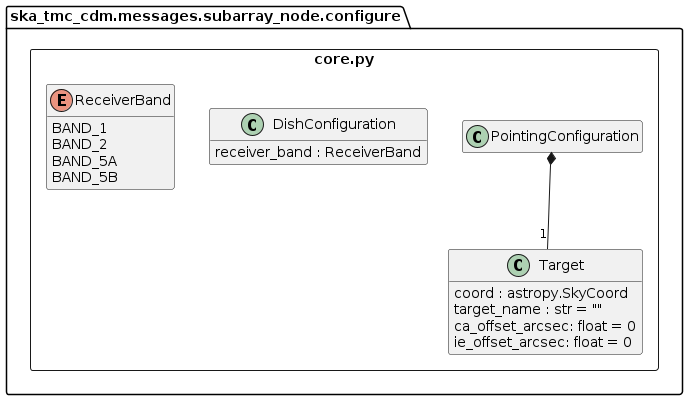
Earlier version of the PlantUML export docs/src/developer/subarraynode/core.png (ska-telescope/cdm-shared-library).
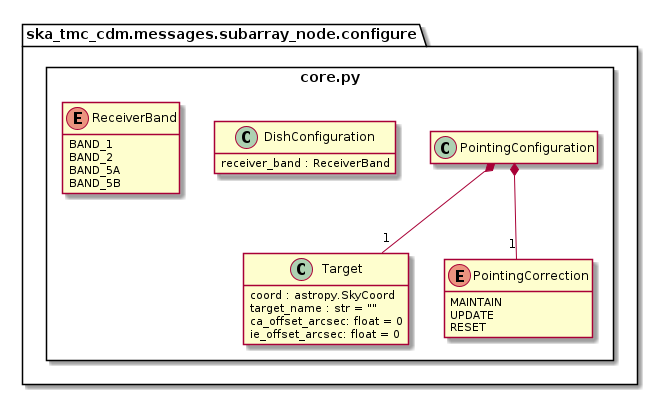
Later version of the same file.

Change to the diagram source:
```diff
@@ -12,8 +12,15 @@
 			ie_offset_arcsec: float = 0
 		}
 
+		enum PointingCorrection {
+			MAINTAIN
+			UPDATE
+			RESET
+		}
+
 		class PointingConfiguration
 		PointingConfiguration *-- "1" Target
+		PointingConfiguration *-- "1" PointingCorrection
 
 		class DishConfiguration {
 			receiver_band : ReceiverBand
```
